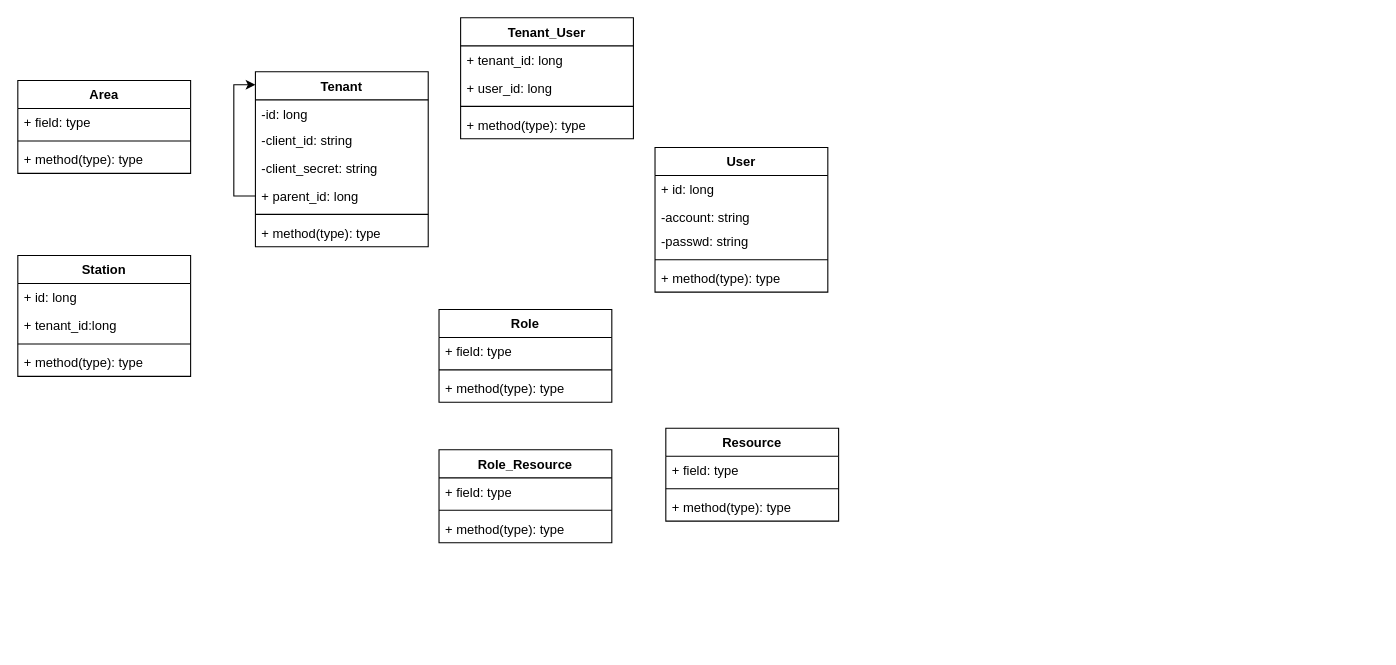
Above: 未命名绘图.drawio in pullFootYouth/diagram (draw.io), before the change. Source tidied: cells renumbered, new cells numbered last; positions are measured from the earlier drawing's top-left corner, leaving out a move shared by most shapes. Both pictures are drawn from the tidied source at 108%, with x=0, y=0 at pixel (17, 17).
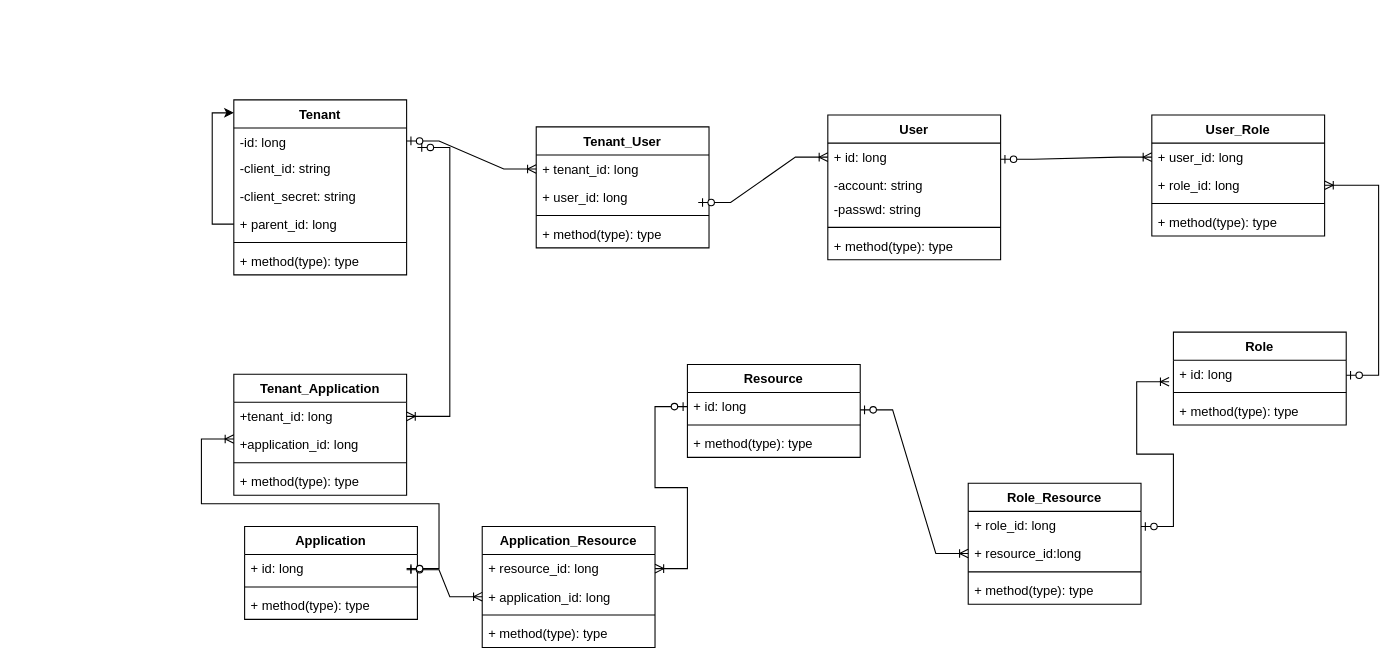
After the change.

Commit message:
租户中心设计.drawio

Unchanged cells that the change refers to:
```xml
<mxCell id="3" value="-id: long" style="text;strokeColor=none;fillColor=none;align=left;verticalAlign=top;spacingLeft=4;spacingRight=4;overflow=hidden;points=[[0,0.5],[1,0.5]];portConstraint=eastwest;" parent="2" vertex="1">
  <mxGeometry y="26" width="160" height="24" as="geometry" />
</mxCell>
<mxCell id="11" value="+ id: long" style="text;strokeColor=none;fillColor=none;align=left;verticalAlign=top;spacingLeft=4;spacingRight=4;overflow=hidden;points=[[0,0.5],[1,0.5]];portConstraint=eastwest;" parent="10" vertex="1">
  <mxGeometry y="26" width="160" height="26" as="geometry" />
</mxCell>
<mxCell id="26" value="+ tenant_id: long" style="text;strokeColor=none;fillColor=none;align=left;verticalAlign=top;spacingLeft=4;spacingRight=4;overflow=hidden;points=[[0,0.5],[1,0.5]];portConstraint=eastwest;" parent="25" vertex="1">
  <mxGeometry y="26" width="160" height="26" as="geometry" />
</mxCell>
```

Change to the diagram source:
```diff
@@
     <mxCell id="2" value="Tenant" style="swimlane;fontStyle=1;align=center;verticalAlign=top;horizontal=1;startSize=26;" parent="1" vertex="1">
-      <mxGeometry x="220" y="50" width="160" height="162" as="geometry" />
+      <mxGeometry x="200" y="76" width="160" height="162" as="geometry" />
     </mxCell>
@@
     <mxCell id="10" value="User" style="swimlane;fontStyle=1;align=center;verticalAlign=top;horizontal=1;startSize=26;" parent="1" vertex="1">
-      <mxGeometry x="590" y="120" width="160" height="134" as="geometry" />
+      <mxGeometry x="750" y="90" width="160" height="134" as="geometry" />
     </mxCell>
@@
-    <mxCell id="16" value="Area" style="swimlane;fontStyle=1;align=center;verticalAlign=top;horizontal=1;startSize=26;" parent="1" vertex="1">
-      <mxGeometry y="58" width="160" height="86" as="geometry" />
-    </mxCell>
-    <mxCell id="17" value="+ field: type" style="text;strokeColor=none;fillColor=none;align=left;verticalAlign=top;spacingLeft=4;spacingRight=4;overflow=hidden;" parent="16" vertex="1">
-      <mxGeometry y="26" width="160" height="26" as="geometry" />
-    </mxCell>
-    <mxCell id="18" style="line;strokeWidth=1;fillColor=none;align=left;verticalAlign=middle;spacingTop=-1;spacingLeft=3;spacingRight=3;labelPosition=right;strokeColor=inherit;" parent="16" vertex="1">
-      <mxGeometry y="52" width="160" height="8" as="geometry" />
-    </mxCell>
-    <mxCell id="19" value="+ method(type): type" style="text;strokeColor=none;fillColor=none;align=left;verticalAlign=top;spacingLeft=4;spacingRight=4;overflow=hidden;" parent="16" vertex="1">
-      <mxGeometry y="60" width="160" height="26" as="geometry" />
-    </mxCell>
-    <mxCell id="20" value="Station" style="swimlane;fontStyle=1;align=center;verticalAlign=top;horizontal=1;startSize=26;" parent="1" vertex="1">
-      <mxGeometry y="220" width="160" height="112" as="geometry" />
-    </mxCell>
-    <mxCell id="21" value="+ id: long" style="text;strokeColor=none;fillColor=none;align=left;verticalAlign=top;spacingLeft=4;spacingRight=4;overflow=hidden;" parent="20" vertex="1">
-      <mxGeometry y="26" width="160" height="26" as="geometry" />
-    </mxCell>
-    <mxCell id="22" value="+ tenant_id:long" style="text;strokeColor=none;fillColor=none;align=left;verticalAlign=top;spacingLeft=4;spacingRight=4;overflow=hidden;" parent="20" vertex="1">
-      <mxGeometry y="52" width="160" height="26" as="geometry" />
-    </mxCell>
-    <mxCell id="23" style="line;strokeWidth=1;fillColor=none;align=left;verticalAlign=middle;spacingTop=-1;spacingLeft=3;spacingRight=3;labelPosition=right;strokeColor=inherit;" parent="20" vertex="1">
-      <mxGeometry y="78" width="160" height="8" as="geometry" />
-    </mxCell>
-    <mxCell id="24" value="+ method(type): type" style="text;strokeColor=none;fillColor=none;align=left;verticalAlign=top;spacingLeft=4;spacingRight=4;overflow=hidden;" parent="20" vertex="1">
-      <mxGeometry y="86" width="160" height="26" as="geometry" />
-    </mxCell>
     <mxCell id="25" value="Tenant_User" style="swimlane;fontStyle=1;align=center;verticalAlign=top;horizontal=1;startSize=26;" parent="1" vertex="1">
-      <mxGeometry x="410" width="160" height="112" as="geometry" />
+      <mxGeometry x="480" y="101" width="160" height="112" as="geometry" />
     </mxCell>
@@
     <mxCell id="30" value="Role" style="swimlane;fontStyle=1;align=center;verticalAlign=top;horizontal=1;startSize=26;" parent="1" vertex="1">
-      <mxGeometry x="390" y="270" width="160" height="86" as="geometry" />
+      <mxGeometry x="1070" y="291" width="160" height="86" as="geometry" />
     </mxCell>
-    <mxCell id="31" value="+ field: type" style="text;strokeColor=none;fillColor=none;align=left;verticalAlign=top;spacingLeft=4;spacingRight=4;overflow=hidden;points=[[0,0.5],[1,0.5]];portConstraint=eastwest;" parent="30" vertex="1">
+    <mxCell id="31" value="+ id: long" style="text;strokeColor=none;fillColor=none;align=left;verticalAlign=top;spacingLeft=4;spacingRight=4;overflow=hidden;points=[[0,0.5],[1,0.5]];portConstraint=eastwest;" parent="30" vertex="1">
       <mxGeometry y="26" width="160" height="26" as="geometry" />
     </mxCell>
@@
     <mxCell id="34" value="Resource" style="swimlane;fontStyle=1;align=center;verticalAlign=top;horizontal=1;startSize=26;" parent="1" vertex="1">
-      <mxGeometry x="600" y="380" width="160" height="86" as="geometry" />
+      <mxGeometry x="620" y="321" width="160" height="86" as="geometry" />
     </mxCell>
-    <mxCell id="35" value="+ field: type" style="text;strokeColor=none;fillColor=none;align=left;verticalAlign=top;spacingLeft=4;spacingRight=4;overflow=hidden;" parent="34" vertex="1">
-      <mxGeometry y="26" width="160" height="26" as="geometry" />
-    </mxCell>
+    <mxCell id="42" value="+ id: long" style="text;strokeColor=none;fillColor=none;align=left;verticalAlign=top;spacingLeft=4;spacingRight=4;overflow=hidden;points=[[0,0.5],[1,0.5]];portConstraint=eastwest;" parent="34" vertex="1">
+      <mxGeometry y="26" width="160" height="26" as="geometry" />
+    </mxCell>
@@
     <mxCell id="38" value="Role_Resource" style="swimlane;fontStyle=1;align=center;verticalAlign=top;horizontal=1;startSize=26;" parent="1" vertex="1">
-      <mxGeometry x="390" y="400" width="160" height="86" as="geometry" />
+      <mxGeometry x="880" y="431" width="160" height="112" as="geometry" />
     </mxCell>
-    <mxCell id="39" value="+ field: type" style="text;strokeColor=none;fillColor=none;align=left;verticalAlign=top;spacingLeft=4;spacingRight=4;overflow=hidden;" parent="38" vertex="1">
+    <mxCell id="39" value="+ role_id: long" style="text;strokeColor=none;fillColor=none;align=left;verticalAlign=top;spacingLeft=4;spacingRight=4;overflow=hidden;" parent="38" vertex="1">
       <mxGeometry y="26" width="160" height="26" as="geometry" />
     </mxCell>
+    <mxCell id="43" value="+ resource_id:long" style="text;strokeColor=none;fillColor=none;align=left;verticalAlign=top;spacingLeft=4;spacingRight=4;overflow=hidden;points=[[0,0.5],[1,0.5]];portConstraint=eastwest;" parent="38" vertex="1">
+      <mxGeometry y="52" width="160" height="26" as="geometry" />
+    </mxCell>
     <mxCell id="40" style="line;strokeWidth=1;fillColor=none;align=left;verticalAlign=middle;spacingTop=-1;spacingLeft=3;spacingRight=3;labelPosition=right;strokeColor=inherit;" parent="38" vertex="1">
-      <mxGeometry y="52" width="160" height="8" as="geometry" />
+      <mxGeometry y="78" width="160" height="8" as="geometry" />
     </mxCell>
     <mxCell id="41" value="+ method(type): type" style="text;strokeColor=none;fillColor=none;align=left;verticalAlign=top;spacingLeft=4;spacingRight=4;overflow=hidden;" parent="38" vertex="1">
-      <mxGeometry y="60" width="160" height="26" as="geometry" />
+      <mxGeometry y="86" width="160" height="26" as="geometry" />
     </mxCell>
+    <mxCell id="44" value="Application&#10;" style="swimlane;fontStyle=1;align=center;verticalAlign=top;horizontal=1;startSize=26;" parent="1" vertex="1">
+      <mxGeometry x="210" y="471" width="160" height="86" as="geometry" />
+    </mxCell>
+    <mxCell id="45" value="+ id: long" style="text;strokeColor=none;fillColor=none;align=left;verticalAlign=top;spacingLeft=4;spacingRight=4;overflow=hidden;" parent="44" vertex="1">
+      <mxGeometry y="26" width="160" height="26" as="geometry" />
+    </mxCell>
+    <mxCell id="18" style="line;strokeWidth=1;fillColor=none;align=left;verticalAlign=middle;spacingTop=-1;spacingLeft=3;spacingRight=3;labelPosition=right;strokeColor=inherit;" parent="44" vertex="1">
+      <mxGeometry y="52" width="160" height="8" as="geometry" />
+    </mxCell>
+    <mxCell id="19" value="+ method(type): type" style="text;strokeColor=none;fillColor=none;align=left;verticalAlign=top;spacingLeft=4;spacingRight=4;overflow=hidden;" parent="44" vertex="1">
+      <mxGeometry y="60" width="160" height="26" as="geometry" />
+    </mxCell>
+    <mxCell id="46" value="Application_Resource" style="swimlane;fontStyle=1;align=center;verticalAlign=top;horizontal=1;startSize=26;" parent="1" vertex="1">
+      <mxGeometry x="430" y="471" width="160" height="112" as="geometry" />
+    </mxCell>
+    <mxCell id="47" value="+ resource_id: long" style="text;strokeColor=none;fillColor=none;align=left;verticalAlign=top;spacingLeft=4;spacingRight=4;overflow=hidden;points=[[0,0.5],[1,0.5]];portConstraint=eastwest;" parent="46" vertex="1">
+      <mxGeometry y="26" width="160" height="26" as="geometry" />
+    </mxCell>
+    <mxCell id="48" value="+ application_id: long" style="text;strokeColor=none;fillColor=none;align=left;verticalAlign=top;spacingLeft=4;spacingRight=4;overflow=hidden;points=[[0,0.5],[1,0.5]];portConstraint=eastwest;" parent="46" vertex="1">
+      <mxGeometry y="52" width="160" height="26" as="geometry" />
+    </mxCell>
+    <mxCell id="49" style="line;strokeWidth=1;fillColor=none;align=left;verticalAlign=middle;spacingTop=-1;spacingLeft=3;spacingRight=3;labelPosition=right;strokeColor=inherit;" parent="46" vertex="1">
+      <mxGeometry y="78" width="160" height="8" as="geometry" />
+    </mxCell>
+    <mxCell id="50" value="+ method(type): type" style="text;strokeColor=none;fillColor=none;align=left;verticalAlign=top;spacingLeft=4;spacingRight=4;overflow=hidden;" parent="46" vertex="1">
+      <mxGeometry y="86" width="160" height="26" as="geometry" />
+    </mxCell>
+    <mxCell id="51" value="Tenant_Application" style="swimlane;fontStyle=1;align=center;verticalAlign=top;horizontal=1;startSize=26;" parent="1" vertex="1">
+      <mxGeometry x="200" y="330" width="160" height="112" as="geometry" />
+    </mxCell>
+    <mxCell id="52" value="+tenant_id: long" style="text;strokeColor=none;fillColor=none;align=left;verticalAlign=top;spacingLeft=4;spacingRight=4;overflow=hidden;points=[[0,0.5],[1,0.5]];portConstraint=eastwest;" parent="51" vertex="1">
+      <mxGeometry y="26" width="160" height="26" as="geometry" />
+    </mxCell>
+    <mxCell id="53" value="+application_id: long" style="text;strokeColor=none;fillColor=none;align=left;verticalAlign=top;spacingLeft=4;spacingRight=4;overflow=hidden;" parent="51" vertex="1">
+      <mxGeometry y="52" width="160" height="26" as="geometry" />
+    </mxCell>
+    <mxCell id="54" style="line;strokeWidth=1;fillColor=none;align=left;verticalAlign=middle;spacingTop=-1;spacingLeft=3;spacingRight=3;labelPosition=right;strokeColor=inherit;" parent="51" vertex="1">
+      <mxGeometry y="78" width="160" height="8" as="geometry" />
+    </mxCell>
+    <mxCell id="55" value="+ method(type): type" style="text;strokeColor=none;fillColor=none;align=left;verticalAlign=top;spacingLeft=4;spacingRight=4;overflow=hidden;" parent="51" vertex="1">
+      <mxGeometry y="86" width="160" height="26" as="geometry" />
+    </mxCell>
+    <mxCell id="56" value="User_Role" style="swimlane;fontStyle=1;align=center;verticalAlign=top;horizontal=1;startSize=26;" parent="1" vertex="1">
+      <mxGeometry x="1050" y="90" width="160" height="112" as="geometry" />
+    </mxCell>
+    <mxCell id="57" value="+ user_id: long" style="text;strokeColor=none;fillColor=none;align=left;verticalAlign=top;spacingLeft=4;spacingRight=4;overflow=hidden;points=[[0,0.5],[1,0.5]];portConstraint=eastwest;" parent="56" vertex="1">
+      <mxGeometry y="26" width="160" height="26" as="geometry" />
+    </mxCell>
+    <mxCell id="58" value="+ role_id: long" style="text;strokeColor=none;fillColor=none;align=left;verticalAlign=top;spacingLeft=4;spacingRight=4;overflow=hidden;points=[[0,0.5],[1,0.5]];portConstraint=eastwest;" parent="56" vertex="1">
+      <mxGeometry y="52" width="160" height="26" as="geometry" />
+    </mxCell>
+    <mxCell id="59" style="line;strokeWidth=1;fillColor=none;align=left;verticalAlign=middle;spacingTop=-1;spacingLeft=3;spacingRight=3;labelPosition=right;strokeColor=inherit;" parent="56" vertex="1">
+      <mxGeometry y="78" width="160" height="8" as="geometry" />
+    </mxCell>
+    <mxCell id="60" value="+ method(type): type" style="text;strokeColor=none;fillColor=none;align=left;verticalAlign=top;spacingLeft=4;spacingRight=4;overflow=hidden;" parent="56" vertex="1">
+      <mxGeometry y="86" width="160" height="26" as="geometry" />
+    </mxCell>
+    <mxCell id="61" style="edgeStyle=entityRelationEdgeStyle;fontSize=12;html=1;endArrow=ERoneToMany;startArrow=ERzeroToOne;rounded=0;entryX=0;entryY=0.5;entryDx=0;entryDy=0;exitX=1;exitY=0.5;exitDx=0;exitDy=0;" parent="1" edge="1" source="3" target="26">
+      <mxGeometry relative="1" as="geometry" />
+    </mxCell>
+    <mxCell id="62" style="edgeStyle=entityRelationEdgeStyle;fontSize=12;html=1;endArrow=ERoneToMany;startArrow=ERzeroToOne;rounded=0;entryX=0;entryY=0.5;entryDx=0;entryDy=0;" parent="1" edge="1" target="11">
+      <mxGeometry relative="1" as="geometry">
+        <mxPoint x="630" y="171" as="sourcePoint" />
+      </mxGeometry>
+    </mxCell>
+    <mxCell id="63" style="edgeStyle=entityRelationEdgeStyle;fontSize=12;html=1;endArrow=ERoneToMany;startArrow=ERzeroToOne;rounded=0;entryX=0;entryY=0.5;entryDx=0;entryDy=0;" parent="1" edge="1" target="57">
+      <mxGeometry relative="1" as="geometry">
+        <mxPoint x="910" y="131" as="sourcePoint" />
+      </mxGeometry>
+    </mxCell>
+    <mxCell id="64" style="edgeStyle=entityRelationEdgeStyle;fontSize=12;html=1;endArrow=ERoneToMany;startArrow=ERzeroToOne;rounded=0;" parent="1" edge="1" target="58">
+      <mxGeometry relative="1" as="geometry">
+        <mxPoint x="1230" y="331" as="sourcePoint" />
+      </mxGeometry>
+    </mxCell>
+    <mxCell id="65" style="edgeStyle=entityRelationEdgeStyle;fontSize=12;html=1;endArrow=ERoneToMany;startArrow=ERzeroToOne;rounded=0;entryX=-0.025;entryY=0.769;entryDx=0;entryDy=0;entryPerimeter=0;" parent="1" edge="1" target="31">
+      <mxGeometry relative="1" as="geometry">
+        <mxPoint x="1040" y="471" as="sourcePoint" />
+      </mxGeometry>
+    </mxCell>
+    <mxCell id="66" style="edgeStyle=entityRelationEdgeStyle;fontSize=12;html=1;endArrow=ERoneToMany;startArrow=ERzeroToOne;rounded=0;entryX=0;entryY=0.5;entryDx=0;entryDy=0;" parent="1" edge="1" target="43">
+      <mxGeometry relative="1" as="geometry">
+        <mxPoint x="780" y="363" as="sourcePoint" />
+      </mxGeometry>
+    </mxCell>
+    <mxCell id="67" style="edgeStyle=entityRelationEdgeStyle;fontSize=12;html=1;endArrow=ERoneToMany;startArrow=ERzeroToOne;rounded=0;" parent="1" edge="1" source="42" target="47">
+      <mxGeometry relative="1" as="geometry" />
+    </mxCell>
+    <mxCell id="68" style="edgeStyle=entityRelationEdgeStyle;fontSize=12;html=1;endArrow=ERoneToMany;startArrow=ERzeroToOne;rounded=0;entryX=0;entryY=0.5;entryDx=0;entryDy=0;" parent="1" edge="1" target="48">
+      <mxGeometry relative="1" as="geometry">
+        <mxPoint x="360" y="511" as="sourcePoint" />
+      </mxGeometry>
+    </mxCell>
+    <mxCell id="69" style="edgeStyle=entityRelationEdgeStyle;fontSize=12;html=1;endArrow=ERoneToMany;startArrow=ERzeroToOne;rounded=0;" parent="1" edge="1" target="52">
+      <mxGeometry relative="1" as="geometry">
+        <mxPoint x="370" y="120" as="sourcePoint" />
+      </mxGeometry>
+    </mxCell>
+    <mxCell id="70" style="edgeStyle=entityRelationEdgeStyle;fontSize=12;html=1;endArrow=ERoneToMany;startArrow=ERzeroToOne;rounded=0;" parent="1" edge="1">
+      <mxGeometry relative="1" as="geometry">
+        <mxPoint x="360" y="510" as="sourcePoint" />
+        <mxPoint x="200" y="390" as="targetPoint" />
+      </mxGeometry>
+    </mxCell>
```
